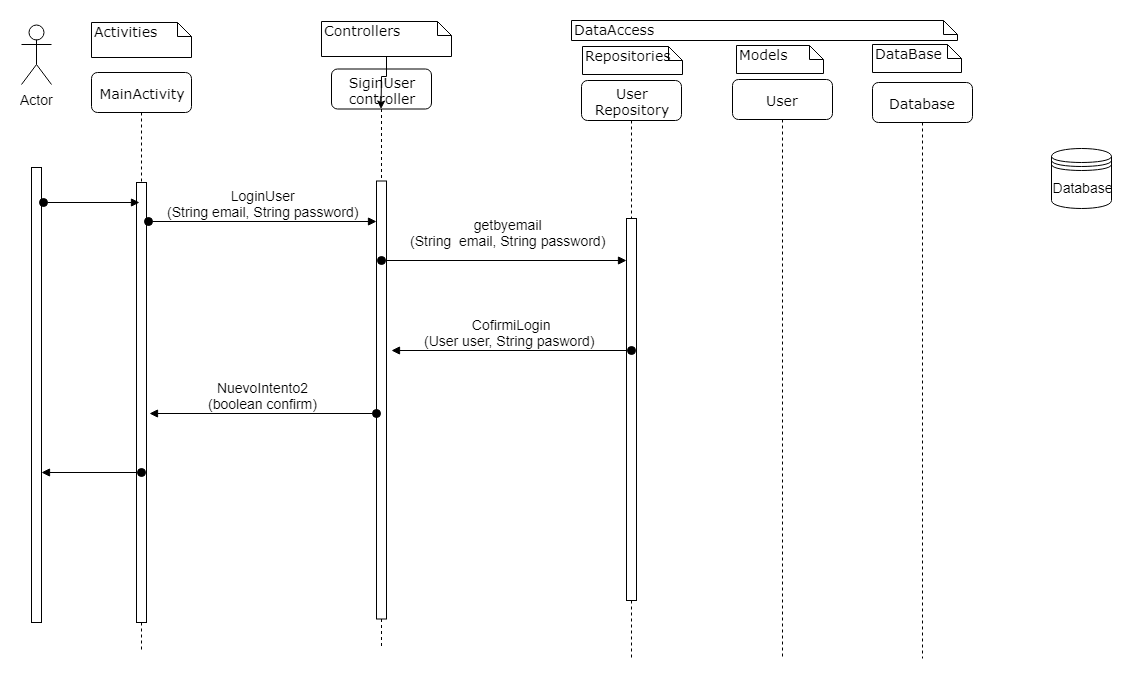
The draw.io diagram Docs/secuence/secuence_userLogin.png in vbernalb/sei2019i_1D, before a commit. Source tidied: cells renumbered, new cells last; positions are measured from the earlier drawing's top-left corner, leaving out a move shared by most shapes. Its diagram source:
```xml
<mxGraphModel>
  <root>
    <mxCell id="0" />
    <mxCell id="1" parent="0" />
    <mxCell id="2" value="&lt;span&gt;SiginUser&lt;br&gt;controller&lt;br&gt;&lt;/span&gt;" style="shape=umlLifeline;perimeter=lifelinePerimeter;whiteSpace=wrap;html=1;outlineConnect=0;rounded=1;shadow=0;comic=0;labelBackgroundColor=none;strokeColor=#000000;strokeWidth=1;fillColor=#FFFFFF;fontFamily=Verdana;fontSize=12;fontColor=#000000;align=center;" parent="1" vertex="1">
      <mxGeometry x="310" y="48.5" width="100" height="580" as="geometry" />
    </mxCell>
    <mxCell id="3" style="html=1;points=[];perimeter=orthogonalPerimeter;" parent="2" vertex="1">
      <mxGeometry x="45" y="112" width="10" height="438" as="geometry" />
    </mxCell>
    <mxCell id="4" value="getbyemail&lt;br&gt;(String&amp;nbsp; email, String password)" style="html=1;verticalAlign=bottom;startArrow=oval;startFill=1;endArrow=block;startSize=8;" parent="2" edge="1" target="6">
      <mxGeometry x="0.03" y="10" relative="1" as="geometry">
        <mxPoint x="50" y="191.5" as="sourcePoint" />
      </mxGeometry>
    </mxCell>
    <mxCell id="5" value="&lt;span&gt;User&lt;br&gt;Repository&lt;/span&gt;" style="shape=umlLifeline;perimeter=lifelinePerimeter;whiteSpace=wrap;html=1;rounded=1;shadow=0;comic=0;labelBackgroundColor=none;strokeColor=#000000;strokeWidth=1;fillColor=#FFFFFF;fontFamily=Verdana;fontSize=12;fontColor=#000000;align=center;" parent="1" vertex="1">
      <mxGeometry x="560" y="60" width="100" height="580" as="geometry" />
    </mxCell>
    <mxCell id="6" style="html=1;points=[];perimeter=orthogonalPerimeter;" parent="5" vertex="1">
      <mxGeometry x="45" y="138" width="10" height="382" as="geometry" />
    </mxCell>
    <mxCell id="7" value="CofirmiLogin&lt;br&gt;(User user, String pasword)&amp;nbsp;" style="html=1;verticalAlign=bottom;startArrow=oval;startFill=1;endArrow=block;startSize=8;entryX=1.5;entryY=0.387;entryDx=0;entryDy=0;entryPerimeter=0;" parent="5" edge="1" target="3">
      <mxGeometry relative="1" as="geometry">
        <mxPoint x="50" y="270" as="sourcePoint" />
      </mxGeometry>
    </mxCell>
    <mxCell id="8" value="&lt;span&gt;MainActivity&lt;/span&gt;" style="shape=umlLifeline;perimeter=lifelinePerimeter;whiteSpace=wrap;html=1;rounded=1;shadow=0;comic=0;labelBackgroundColor=none;strokeColor=#000000;strokeWidth=1;fillColor=#FFFFFF;fontFamily=Verdana;fontSize=12;fontColor=#000000;align=center;" parent="1" vertex="1">
      <mxGeometry x="70" y="52" width="100" height="580" as="geometry" />
    </mxCell>
    <mxCell id="9" style="html=1;points=[];perimeter=orthogonalPerimeter;" parent="8" vertex="1">
      <mxGeometry x="45" y="110" width="10" height="440" as="geometry" />
    </mxCell>
    <mxCell id="10" style="html=1;verticalAlign=bottom;startArrow=oval;startFill=1;endArrow=block;startSize=8;" parent="8" edge="1" target="21">
      <mxGeometry relative="1" as="geometry">
        <mxPoint x="50" y="400" as="sourcePoint" />
      </mxGeometry>
    </mxCell>
    <mxCell id="11" value="Activities" style="shape=note;whiteSpace=wrap;html=1;size=14;verticalAlign=top;align=left;spacingTop=-6;rounded=0;shadow=0;comic=0;labelBackgroundColor=none;strokeColor=#000000;strokeWidth=1;fillColor=#FFFFFF;fontFamily=Verdana;fontSize=12;fontColor=#000000;" parent="1" vertex="1">
      <mxGeometry x="70" y="2" width="100" height="35" as="geometry" />
    </mxCell>
    <mxCell id="12" style="edgeStyle=orthogonalEdgeStyle;rounded=0;jettySize=auto;html=1;" parent="1" edge="1" source="13" target="2">
      <mxGeometry relative="1" as="geometry" />
    </mxCell>
    <mxCell id="13" value="Controllers" style="shape=note;whiteSpace=wrap;html=1;size=14;verticalAlign=top;align=left;spacingTop=-6;rounded=0;shadow=0;comic=0;labelBackgroundColor=none;strokeColor=#000000;strokeWidth=1;fillColor=#FFFFFF;fontFamily=Verdana;fontSize=12;fontColor=#000000;" parent="1" vertex="1">
      <mxGeometry x="300" y="1" width="130" height="35" as="geometry" />
    </mxCell>
    <mxCell id="14" value="DataAccess" style="shape=note;whiteSpace=wrap;html=1;size=14;verticalAlign=top;align=left;spacingTop=-6;rounded=0;shadow=0;comic=0;labelBackgroundColor=none;strokeColor=#000000;strokeWidth=1;fillColor=#FFFFFF;fontFamily=Verdana;fontSize=12;fontColor=#000000;" parent="1" vertex="1">
      <mxGeometry x="550" width="386" height="20" as="geometry" />
    </mxCell>
    <mxCell id="15" value="Repositories" style="shape=note;whiteSpace=wrap;html=1;size=14;verticalAlign=top;align=left;spacingTop=-6;rounded=0;shadow=0;comic=0;labelBackgroundColor=none;strokeColor=#000000;strokeWidth=1;fillColor=#FFFFFF;fontFamily=Verdana;fontSize=12;fontColor=#000000;" parent="1" vertex="1">
      <mxGeometry x="561" y="26" width="100" height="28" as="geometry" />
    </mxCell>
    <mxCell id="16" value="Models" style="shape=note;whiteSpace=wrap;html=1;size=14;verticalAlign=top;align=left;spacingTop=-6;rounded=0;shadow=0;comic=0;labelBackgroundColor=none;strokeColor=#000000;strokeWidth=1;fillColor=#FFFFFF;fontFamily=Verdana;fontSize=12;fontColor=#000000;" parent="1" vertex="1">
      <mxGeometry x="715" y="25" width="87" height="28" as="geometry" />
    </mxCell>
    <mxCell id="17" value="User" style="shape=umlLifeline;perimeter=lifelinePerimeter;whiteSpace=wrap;html=1;rounded=1;shadow=0;comic=0;labelBackgroundColor=none;strokeColor=#000000;strokeWidth=1;fillColor=#FFFFFF;fontFamily=Verdana;fontSize=12;fontColor=#000000;align=center;" parent="1" vertex="1">
      <mxGeometry x="711" y="59" width="100" height="580" as="geometry" />
    </mxCell>
    <mxCell id="18" value="DataBase" style="shape=note;whiteSpace=wrap;html=1;size=14;verticalAlign=top;align=left;spacingTop=-6;rounded=0;shadow=0;comic=0;labelBackgroundColor=none;strokeColor=#000000;strokeWidth=1;fillColor=#FFFFFF;fontFamily=Verdana;fontSize=12;fontColor=#000000;" parent="1" vertex="1">
      <mxGeometry x="851" y="24" width="89" height="28" as="geometry" />
    </mxCell>
    <mxCell id="19" value="&lt;span&gt;Database&lt;/span&gt;" style="shape=umlLifeline;perimeter=lifelinePerimeter;whiteSpace=wrap;html=1;rounded=1;shadow=0;comic=0;labelBackgroundColor=none;strokeColor=#000000;strokeWidth=1;fillColor=#FFFFFF;fontFamily=Verdana;fontSize=12;fontColor=#000000;align=center;" parent="1" vertex="1">
      <mxGeometry x="851" y="62" width="100" height="576" as="geometry" />
    </mxCell>
    <mxCell id="20" value="Actor" style="shape=umlActor;verticalLabelPosition=bottom;labelBackgroundColor=#ffffff;verticalAlign=top;html=1;" parent="1" vertex="1">
      <mxGeometry y="4" width="30" height="60" as="geometry" />
    </mxCell>
    <mxCell id="21" style="html=1;points=[];perimeter=orthogonalPerimeter;" parent="1" vertex="1">
      <mxGeometry x="10" y="147" width="10" height="455" as="geometry" />
    </mxCell>
    <mxCell id="22" value="Database" style="shape=datastore;whiteSpace=wrap;html=1;" parent="1" vertex="1">
      <mxGeometry x="1030" y="128" width="60" height="60" as="geometry" />
    </mxCell>
    <mxCell id="23" value="LoginUser&lt;br&gt;(String email, String password)" style="html=1;verticalAlign=bottom;startArrow=oval;startFill=1;endArrow=block;startSize=8;exitX=1.3;exitY=0.089;exitDx=0;exitDy=0;exitPerimeter=0;" parent="1" edge="1" target="3">
      <mxGeometry relative="1" as="geometry">
        <mxPoint x="127" y="201" as="sourcePoint" />
      </mxGeometry>
    </mxCell>
    <mxCell id="24" style="html=1;verticalAlign=bottom;startArrow=oval;startFill=1;endArrow=block;startSize=8;entryX=0.1;entryY=0.091;entryDx=0;entryDy=0;entryPerimeter=0;" parent="1" edge="1">
      <mxGeometry relative="1" as="geometry">
        <mxPoint x="22" y="182" as="sourcePoint" />
        <mxPoint x="118" y="182" as="targetPoint" />
      </mxGeometry>
    </mxCell>
    <mxCell id="25" value="NuevoIntento2&lt;br&gt;(boolean confirm)" style="html=1;verticalAlign=bottom;startArrow=oval;startFill=1;endArrow=block;startSize=8;entryX=1.3;entryY=0.525;entryDx=0;entryDy=0;entryPerimeter=0;" parent="1" edge="1" source="3" target="9">
      <mxGeometry relative="1" as="geometry" />
    </mxCell>
  </root>
</mxGraphModel>
```
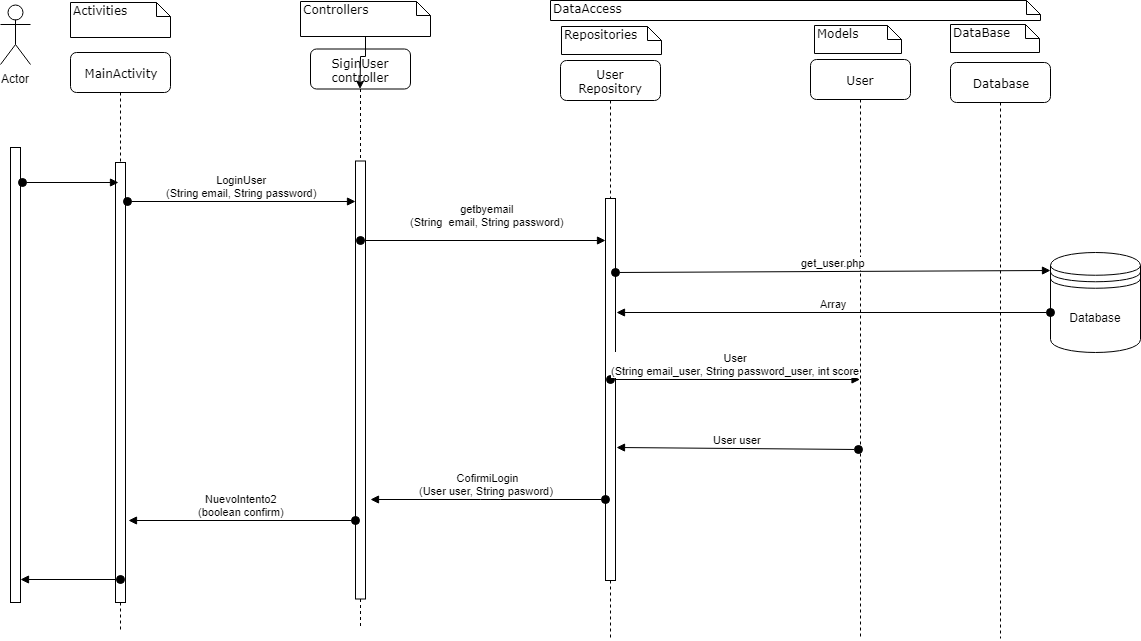
The same diagram one commit later.

Change to the diagram source:
```diff
@@ -19,9 +19,13 @@
     <mxCell id="6" style="html=1;points=[];perimeter=orthogonalPerimeter;" parent="5" vertex="1">
       <mxGeometry x="45" y="138" width="10" height="382" as="geometry" />
     </mxCell>
-    <mxCell id="7" value="CofirmiLogin&lt;br&gt;(User user, String pasword)&amp;nbsp;" style="html=1;verticalAlign=bottom;startArrow=oval;startFill=1;endArrow=block;startSize=8;entryX=1.5;entryY=0.387;entryDx=0;entryDy=0;entryPerimeter=0;" parent="5" edge="1" target="3">
+    <mxCell id="7" value="CofirmiLogin&lt;br&gt;(User user, String pasword)&amp;nbsp;" style="html=1;verticalAlign=bottom;startArrow=oval;startFill=1;endArrow=block;startSize=8;" parent="5" edge="1">
       <mxGeometry relative="1" as="geometry">
-        <mxPoint x="50" y="270" as="sourcePoint" />
+        <mxPoint x="45" y="439" as="sourcePoint" />
+        <mxPoint x="-190" y="439" as="targetPoint" />
+        <Array as="points">
+          <mxPoint x="-70" y="439" />
+        </Array>
       </mxGeometry>
     </mxCell>
     <mxCell id="8" value="&lt;span&gt;MainActivity&lt;/span&gt;" style="shape=umlLifeline;perimeter=lifelinePerimeter;whiteSpace=wrap;html=1;rounded=1;shadow=0;comic=0;labelBackgroundColor=none;strokeColor=#000000;strokeWidth=1;fillColor=#FFFFFF;fontFamily=Verdana;fontSize=12;fontColor=#000000;align=center;" parent="1" vertex="1">
@@ -30,9 +34,10 @@
     <mxCell id="9" style="html=1;points=[];perimeter=orthogonalPerimeter;" parent="8" vertex="1">
       <mxGeometry x="45" y="110" width="10" height="440" as="geometry" />
     </mxCell>
-    <mxCell id="10" style="html=1;verticalAlign=bottom;startArrow=oval;startFill=1;endArrow=block;startSize=8;" parent="8" edge="1" target="21">
+    <mxCell id="10" style="html=1;verticalAlign=bottom;startArrow=oval;startFill=1;endArrow=block;startSize=8;" parent="8" edge="1">
       <mxGeometry relative="1" as="geometry">
-        <mxPoint x="50" y="400" as="sourcePoint" />
+        <mxPoint x="50" y="527" as="sourcePoint" />
+        <mxPoint x="-50" y="527" as="targetPoint" />
       </mxGeometry>
     </mxCell>
     <mxCell id="11" value="Activities" style="shape=note;whiteSpace=wrap;html=1;size=14;verticalAlign=top;align=left;spacingTop=-6;rounded=0;shadow=0;comic=0;labelBackgroundColor=none;strokeColor=#000000;strokeWidth=1;fillColor=#FFFFFF;fontFamily=Verdana;fontSize=12;fontColor=#000000;" parent="1" vertex="1">
@@ -45,22 +50,28 @@
       <mxGeometry x="300" y="1" width="130" height="35" as="geometry" />
     </mxCell>
     <mxCell id="14" value="DataAccess" style="shape=note;whiteSpace=wrap;html=1;size=14;verticalAlign=top;align=left;spacingTop=-6;rounded=0;shadow=0;comic=0;labelBackgroundColor=none;strokeColor=#000000;strokeWidth=1;fillColor=#FFFFFF;fontFamily=Verdana;fontSize=12;fontColor=#000000;" parent="1" vertex="1">
-      <mxGeometry x="550" width="386" height="20" as="geometry" />
+      <mxGeometry x="550" width="490" height="20" as="geometry" />
     </mxCell>
     <mxCell id="15" value="Repositories" style="shape=note;whiteSpace=wrap;html=1;size=14;verticalAlign=top;align=left;spacingTop=-6;rounded=0;shadow=0;comic=0;labelBackgroundColor=none;strokeColor=#000000;strokeWidth=1;fillColor=#FFFFFF;fontFamily=Verdana;fontSize=12;fontColor=#000000;" parent="1" vertex="1">
       <mxGeometry x="561" y="26" width="100" height="28" as="geometry" />
     </mxCell>
     <mxCell id="16" value="Models" style="shape=note;whiteSpace=wrap;html=1;size=14;verticalAlign=top;align=left;spacingTop=-6;rounded=0;shadow=0;comic=0;labelBackgroundColor=none;strokeColor=#000000;strokeWidth=1;fillColor=#FFFFFF;fontFamily=Verdana;fontSize=12;fontColor=#000000;" parent="1" vertex="1">
-      <mxGeometry x="715" y="25" width="87" height="28" as="geometry" />
+      <mxGeometry x="814" y="25" width="87" height="28" as="geometry" />
     </mxCell>
     <mxCell id="17" value="User" style="shape=umlLifeline;perimeter=lifelinePerimeter;whiteSpace=wrap;html=1;rounded=1;shadow=0;comic=0;labelBackgroundColor=none;strokeColor=#000000;strokeWidth=1;fillColor=#FFFFFF;fontFamily=Verdana;fontSize=12;fontColor=#000000;align=center;" parent="1" vertex="1">
-      <mxGeometry x="711" y="59" width="100" height="580" as="geometry" />
+      <mxGeometry x="810" y="59" width="100" height="580" as="geometry" />
     </mxCell>
+    <mxCell id="26" value="User user" style="html=1;verticalAlign=bottom;startArrow=oval;startFill=1;endArrow=block;startSize=8;" parent="17" edge="1">
+      <mxGeometry relative="1" as="geometry">
+        <mxPoint x="47.5" y="390" as="sourcePoint" />
+        <mxPoint x="-194" y="388" as="targetPoint" />
+      </mxGeometry>
+    </mxCell>
     <mxCell id="18" value="DataBase" style="shape=note;whiteSpace=wrap;html=1;size=14;verticalAlign=top;align=left;spacingTop=-6;rounded=0;shadow=0;comic=0;labelBackgroundColor=none;strokeColor=#000000;strokeWidth=1;fillColor=#FFFFFF;fontFamily=Verdana;fontSize=12;fontColor=#000000;" parent="1" vertex="1">
-      <mxGeometry x="851" y="24" width="89" height="28" as="geometry" />
+      <mxGeometry x="950" y="24" width="89" height="28" as="geometry" />
     </mxCell>
     <mxCell id="19" value="&lt;span&gt;Database&lt;/span&gt;" style="shape=umlLifeline;perimeter=lifelinePerimeter;whiteSpace=wrap;html=1;rounded=1;shadow=0;comic=0;labelBackgroundColor=none;strokeColor=#000000;strokeWidth=1;fillColor=#FFFFFF;fontFamily=Verdana;fontSize=12;fontColor=#000000;align=center;" parent="1" vertex="1">
-      <mxGeometry x="851" y="62" width="100" height="576" as="geometry" />
+      <mxGeometry x="950" y="62" width="100" height="576" as="geometry" />
     </mxCell>
     <mxCell id="20" value="Actor" style="shape=umlActor;verticalLabelPosition=bottom;labelBackgroundColor=#ffffff;verticalAlign=top;html=1;" parent="1" vertex="1">
       <mxGeometry y="4" width="30" height="60" as="geometry" />
@@ -69,7 +80,7 @@
       <mxGeometry x="10" y="147" width="10" height="455" as="geometry" />
     </mxCell>
     <mxCell id="22" value="Database" style="shape=datastore;whiteSpace=wrap;html=1;" parent="1" vertex="1">
-      <mxGeometry x="1030" y="128" width="60" height="60" as="geometry" />
+      <mxGeometry x="1050" y="252" width="90" height="100" as="geometry" />
     </mxCell>
     <mxCell id="23" value="LoginUser&lt;br&gt;(String email, String password)" style="html=1;verticalAlign=bottom;startArrow=oval;startFill=1;endArrow=block;startSize=8;exitX=1.3;exitY=0.089;exitDx=0;exitDy=0;exitPerimeter=0;" parent="1" edge="1" target="3">
       <mxGeometry relative="1" as="geometry">
@@ -82,8 +93,27 @@
         <mxPoint x="118" y="182" as="targetPoint" />
       </mxGeometry>
     </mxCell>
-    <mxCell id="25" value="NuevoIntento2&lt;br&gt;(boolean confirm)" style="html=1;verticalAlign=bottom;startArrow=oval;startFill=1;endArrow=block;startSize=8;entryX=1.3;entryY=0.525;entryDx=0;entryDy=0;entryPerimeter=0;" parent="1" edge="1" source="3" target="9">
-      <mxGeometry relative="1" as="geometry" />
+    <mxCell id="25" value="NuevoIntento2&lt;br&gt;(boolean confirm)" style="html=1;verticalAlign=bottom;startArrow=oval;startFill=1;endArrow=block;startSize=8;entryX=1.3;entryY=0.525;entryDx=0;entryDy=0;entryPerimeter=0;" parent="1" edge="1">
+      <mxGeometry relative="1" as="geometry">
+        <mxPoint x="355" y="520" as="sourcePoint" />
+        <mxPoint x="128" y="520" as="targetPoint" />
+      </mxGeometry>
     </mxCell>
+    <mxCell id="27" value="User&lt;br&gt;(String email_user, String password_user, int score" style="html=1;verticalAlign=bottom;startArrow=oval;startFill=1;endArrow=block;startSize=8;" parent="1" edge="1">
+      <mxGeometry relative="1" as="geometry">
+        <mxPoint x="610" y="379" as="sourcePoint" />
+        <mxPoint x="859.5" y="379" as="targetPoint" />
+      </mxGeometry>
+    </mxCell>
+    <mxCell id="28" value="get_user.php" style="html=1;verticalAlign=bottom;startArrow=oval;startFill=1;endArrow=block;startSize=8;entryX=0;entryY=0.18;entryDx=0;entryDy=0;entryPerimeter=0;" parent="1" edge="1" target="22">
+      <mxGeometry relative="1" as="geometry">
+        <mxPoint x="615" y="272" as="sourcePoint" />
+      </mxGeometry>
+    </mxCell>
+    <mxCell id="29" value="Array" style="html=1;verticalAlign=bottom;startArrow=oval;startFill=1;endArrow=block;startSize=8;entryX=1.1;entryY=0.298;entryDx=0;entryDy=0;entryPerimeter=0;" parent="1" edge="1" target="6">
+      <mxGeometry relative="1" as="geometry">
+        <mxPoint x="1050" y="312" as="sourcePoint" />
+      </mxGeometry>
+    </mxCell>
   </root>
 </mxGraphModel>
```
